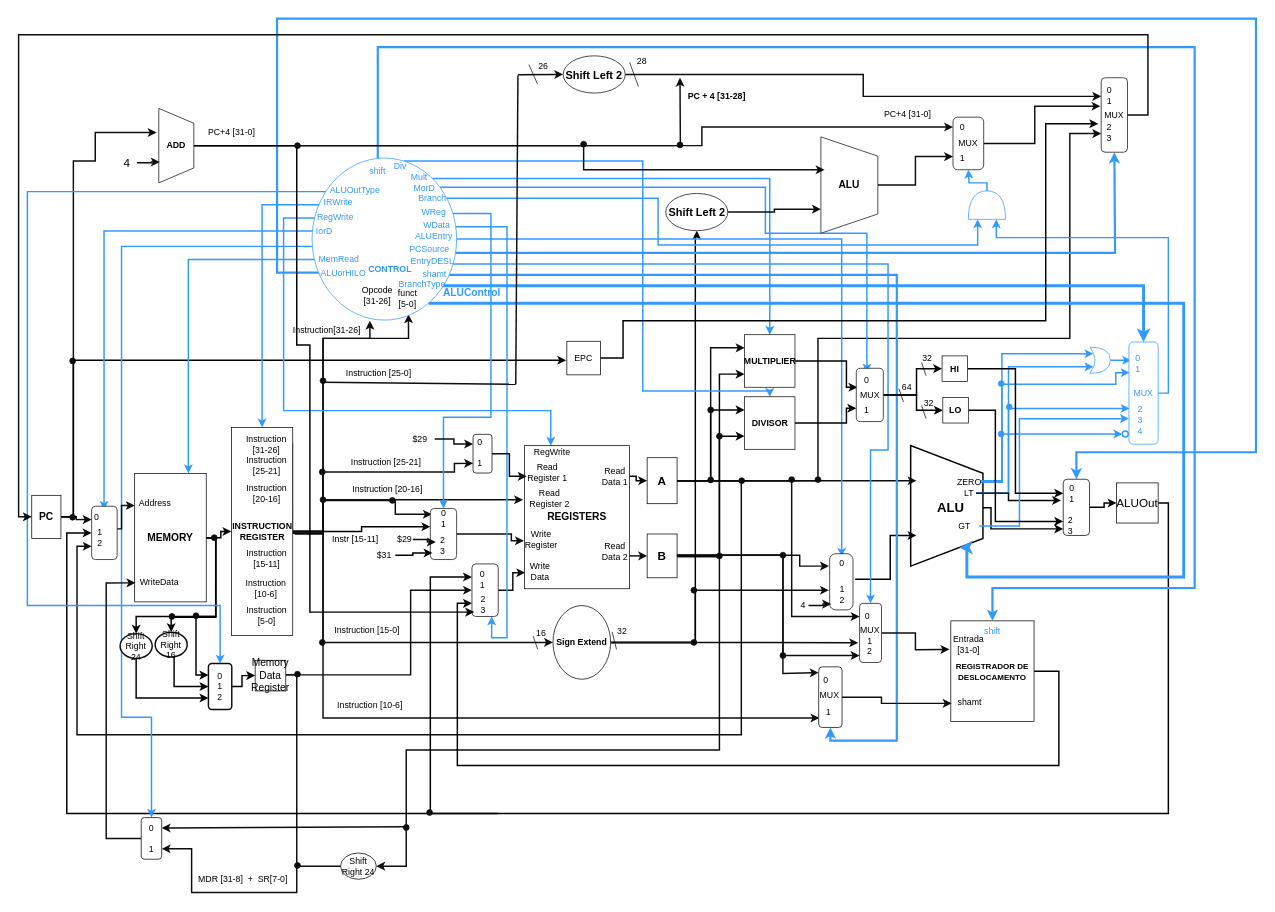
Before: MIPS Last Version.drawio in yuridrcosta/oac-projeto, a draw.io diagram. Source tidied: cells renumbered, new cells numbered last; positions are measured from the earlier drawing's top-left corner, leaving out a move shared by most shapes. Both pictures are drawn from the tidied source at 73%, with x=0, y=0 at pixel (18, 18).
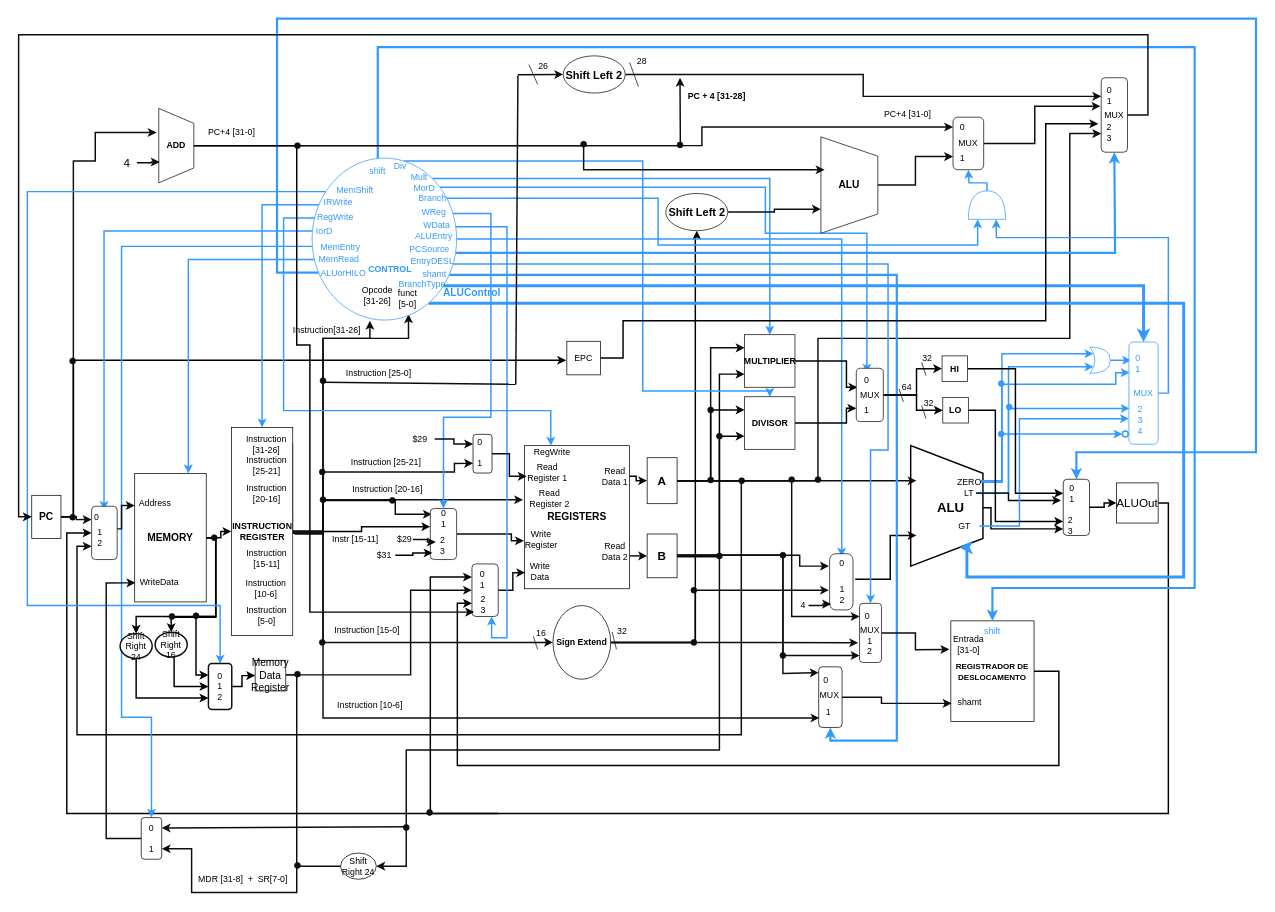
Above is the later version.

Diff of the diagram source:
```diff
@@
-    <mxCell id="250" value="&lt;font color=&quot;#3399ff&quot;&gt;ALUOutType&lt;/font&gt;" style="text;html=1;strokeColor=none;fillColor=none;align=center;verticalAlign=middle;whiteSpace=wrap;rounded=0;" parent="1" vertex="1">
+    <mxCell id="250" value="&lt;font color=&quot;#3399ff&quot;&gt;MemShift&lt;/font&gt;" style="text;html=1;strokeColor=none;fillColor=none;align=center;verticalAlign=middle;whiteSpace=wrap;rounded=0;" parent="1" vertex="1">
       <mxGeometry x="441" y="225" width="40" height="20" as="geometry" />
     </mxCell>
@@
+    <mxCell id="280" value="&lt;font color=&quot;#3399ff&quot;&gt;MemEntry&lt;/font&gt;" style="text;html=1;strokeColor=none;fillColor=none;align=center;verticalAlign=middle;whiteSpace=wrap;rounded=0;" parent="1" vertex="1">
+      <mxGeometry x="421" y="303" width="40" height="20" as="geometry" />
+    </mxCell>
```
